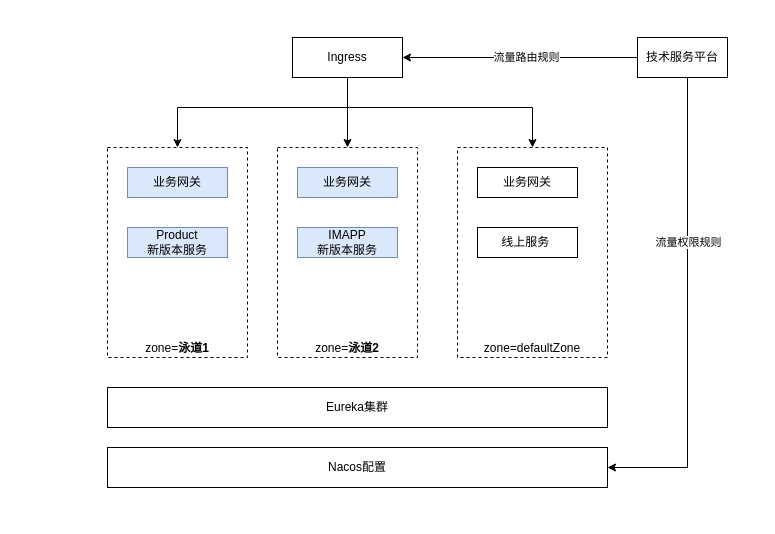
Earlier version of the draw.io diagram page "第 2 页" (2 of 2) of im/im-grey.drawio (novayoung/draw). Source tidied: cells renumbered, new cells numbered last; positions are measured from the earlier drawing's top-left corner, leaving out a move shared by most shapes. Both pictures are drawn from the tidied source at 100%, with x=0, y=0 at pixel (107, 37).
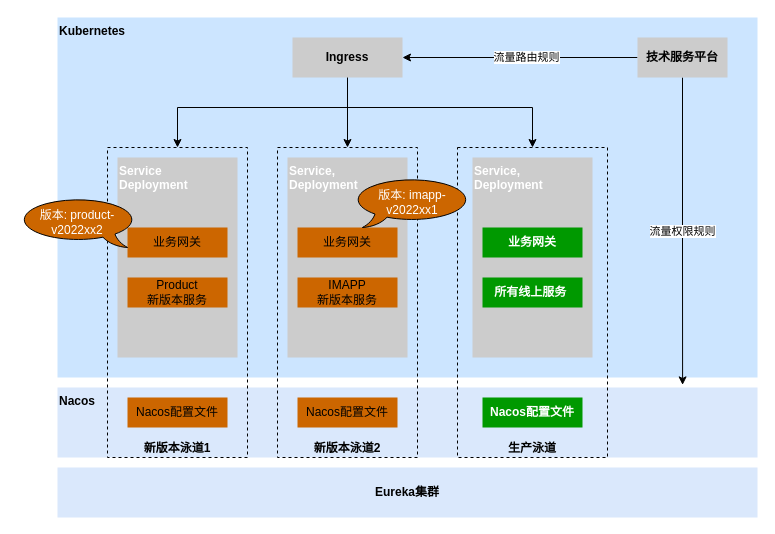
Above is the later version.

What changed in the source:
```diff
@@
+    <mxCell id="21" value="Nacos" style="rounded=0;whiteSpace=wrap;html=1;fillColor=#dae8fc;strokeColor=none;verticalAlign=top;align=left;fontStyle=1;" parent="1" vertex="1">
+      <mxGeometry x="-50" y="350" width="700" height="70" as="geometry" />
+    </mxCell>
+    <mxCell id="22" value="&lt;b&gt;Kubernetes&lt;/b&gt;" style="rounded=0;whiteSpace=wrap;html=1;strokeColor=none;fillColor=#CCE5FF;verticalAlign=top;align=left;" parent="1" vertex="1">
+      <mxGeometry x="-50" y="-20" width="700" height="360" as="geometry" />
+    </mxCell>
+    <mxCell id="7" value="生产泳道" style="rounded=0;whiteSpace=wrap;html=1;fontColor=#000000;fillColor=none;verticalAlign=bottom;dashed=1;fontStyle=1;" parent="1" vertex="1">
+      <mxGeometry x="350" y="110" width="150" height="310" as="geometry" />
+    </mxCell>
+    <mxCell id="23" value="&lt;b&gt;&lt;font color=&quot;#ffffff&quot;&gt;Service,&lt;br&gt;Deployment&lt;/font&gt;&lt;/b&gt;" style="rounded=0;whiteSpace=wrap;html=1;fillColor=#CCCCCC;strokeColor=none;verticalAlign=top;align=left;" parent="1" vertex="1">
+      <mxGeometry x="365" y="120" width="120" height="200" as="geometry" />
+    </mxCell>
+    <mxCell id="6" value="&lt;b&gt;新版本&lt;/b&gt;&lt;b&gt;泳道2&lt;/b&gt;" style="rounded=0;whiteSpace=wrap;html=1;fontColor=#000000;fillColor=none;verticalAlign=bottom;dashed=1;" parent="1" vertex="1">
+      <mxGeometry x="170" y="110" width="140" height="310" as="geometry" />
+    </mxCell>
+    <mxCell id="24" value="&lt;b&gt;&lt;font color=&quot;#ffffff&quot;&gt;Service,&lt;br&gt;Deployment&lt;/font&gt;&lt;/b&gt;" style="rounded=0;whiteSpace=wrap;html=1;fillColor=#CCCCCC;strokeColor=none;verticalAlign=top;align=left;" parent="1" vertex="1">
+      <mxGeometry x="180" y="120" width="120" height="200" as="geometry" />
+    </mxCell>
+    <mxCell id="13" value="&lt;b&gt;新版本泳道1&lt;/b&gt;" style="rounded=0;whiteSpace=wrap;html=1;fontColor=#000000;fillColor=none;verticalAlign=bottom;dashed=1;" parent="1" vertex="1">
+      <mxGeometry y="110" width="140" height="310" as="geometry" />
+    </mxCell>
+    <mxCell id="25" value="&lt;b&gt;&lt;font color=&quot;#ffffff&quot;&gt;Service&lt;br&gt;Deployment&lt;/font&gt;&lt;/b&gt;" style="rounded=0;whiteSpace=wrap;html=1;fillColor=#CCCCCC;strokeColor=none;verticalAlign=top;align=left;" parent="1" vertex="1">
+      <mxGeometry x="10" y="120" width="120" height="200" as="geometry" />
+    </mxCell>
@@
-    <mxCell id="5" value="Ingress" style="rounded=0;whiteSpace=wrap;html=1;" parent="1" vertex="1">
+    <mxCell id="5" value="Ingress" style="rounded=0;whiteSpace=wrap;html=1;fillColor=#CCCCCC;strokeColor=none;fontStyle=1;" parent="1" vertex="1">
       <mxGeometry x="185" width="110" height="40" as="geometry" />
     </mxCell>
-    <mxCell id="6" value="zone=&lt;b&gt;泳道2&lt;/b&gt;" style="rounded=0;whiteSpace=wrap;html=1;fontColor=#000000;fillColor=none;verticalAlign=bottom;dashed=1;" parent="1" vertex="1">
-      <mxGeometry x="170" y="110" width="140" height="210" as="geometry" />
-    </mxCell>
-    <mxCell id="7" value="zone=defaultZone" style="rounded=0;whiteSpace=wrap;html=1;fontColor=#000000;fillColor=none;verticalAlign=bottom;dashed=1;" parent="1" vertex="1">
-      <mxGeometry x="350" y="110" width="150" height="210" as="geometry" />
-    </mxCell>
-    <mxCell id="8" value="业务网关" style="rounded=0;whiteSpace=wrap;html=1;fillColor=#dae8fc;strokeColor=#6c8ebf;" parent="1" vertex="1">
-      <mxGeometry x="190" y="130" width="100" height="30" as="geometry" />
+    <mxCell id="8" value="业务网关" style="rounded=0;whiteSpace=wrap;html=1;fillColor=#CC6600;strokeColor=none;" parent="1" vertex="1">
+      <mxGeometry x="190" y="190" width="100" height="30" as="geometry" />
     </mxCell>
-    <mxCell id="9" value="业务网关" style="rounded=0;whiteSpace=wrap;html=1;fontColor=#000000;fillColor=none;" parent="1" vertex="1">
-      <mxGeometry x="370" y="130" width="100" height="30" as="geometry" />
+    <mxCell id="9" value="业务网关" style="rounded=0;whiteSpace=wrap;html=1;fontColor=#FFFFFF;fillColor=#009900;strokeColor=none;fontStyle=1;" parent="1" vertex="1">
+      <mxGeometry x="375" y="190" width="100" height="30" as="geometry" />
     </mxCell>
-    <mxCell id="10" value="IMAPP&lt;br&gt;新版本服务" style="rounded=0;whiteSpace=wrap;html=1;fillColor=#dae8fc;strokeColor=#6c8ebf;" parent="1" vertex="1">
-      <mxGeometry x="190" y="190" width="100" height="30" as="geometry" />
+    <mxCell id="10" value="IMAPP&lt;br&gt;新版本服务" style="rounded=0;whiteSpace=wrap;html=1;fillColor=#CC6600;strokeColor=none;" parent="1" vertex="1">
+      <mxGeometry x="190" y="240" width="100" height="30" as="geometry" />
     </mxCell>
-    <mxCell id="11" value="线上服务&amp;nbsp;" style="rounded=0;whiteSpace=wrap;html=1;fontColor=#000000;fillColor=none;" parent="1" vertex="1">
-      <mxGeometry x="370" y="190" width="100" height="30" as="geometry" />
+    <mxCell id="11" value="所有线上服务&amp;nbsp;" style="rounded=0;whiteSpace=wrap;html=1;fontColor=#FFFFFF;fillColor=#009900;strokeColor=none;fontStyle=1;" parent="1" vertex="1">
+      <mxGeometry x="375" y="240" width="100" height="30" as="geometry" />
     </mxCell>
-    <mxCell id="12" value="Eureka集群" style="rounded=0;whiteSpace=wrap;html=1;fontColor=#000000;fillColor=none;" parent="1" vertex="1">
-      <mxGeometry y="350" width="500" height="40" as="geometry" />
+    <mxCell id="12" value="Eureka集群" style="rounded=0;whiteSpace=wrap;html=1;fillColor=#dae8fc;strokeColor=none;fontStyle=1;" parent="1" vertex="1">
+      <mxGeometry x="-50" y="430" width="700" height="50" as="geometry" />
     </mxCell>
-    <mxCell id="13" value="zone=&lt;b&gt;泳道1&lt;/b&gt;" style="rounded=0;whiteSpace=wrap;html=1;fontColor=#000000;fillColor=none;verticalAlign=bottom;dashed=1;" parent="1" vertex="1">
-      <mxGeometry y="110" width="140" height="210" as="geometry" />
-    </mxCell>
-    <mxCell id="14" value="业务网关" style="rounded=0;whiteSpace=wrap;html=1;fillColor=#dae8fc;strokeColor=#6c8ebf;" parent="1" vertex="1">
-      <mxGeometry x="20" y="130" width="100" height="30" as="geometry" />
+    <mxCell id="14" value="业务网关" style="rounded=0;whiteSpace=wrap;html=1;fillColor=#CC6600;strokeColor=none;" parent="1" vertex="1">
+      <mxGeometry x="20" y="190" width="100" height="30" as="geometry" />
     </mxCell>
-    <mxCell id="15" value="Product&lt;br&gt;新版本服务" style="rounded=0;whiteSpace=wrap;html=1;fillColor=#dae8fc;strokeColor=#6c8ebf;" parent="1" vertex="1">
-      <mxGeometry x="20" y="190" width="100" height="30" as="geometry" />
+    <mxCell id="15" value="Product&lt;br&gt;新版本服务" style="rounded=0;whiteSpace=wrap;html=1;fillColor=#CC6600;strokeColor=none;" parent="1" vertex="1">
+      <mxGeometry x="20" y="240" width="100" height="30" as="geometry" />
     </mxCell>
@@
-    <mxCell id="18" style="edgeStyle=orthogonalEdgeStyle;rounded=0;jettySize=auto;html=1;entryX=1;entryY=0.5;entryDx=0;entryDy=0;fontColor=#000000;strokeColor=#000000;exitX=0.5;exitY=1;exitDx=0;exitDy=0;" parent="1" edge="1" source="20" target="21">
-      <mxGeometry relative="1" as="geometry">
-        <Array as="points">
-          <mxPoint x="580" y="430" />
-        </Array>
-      </mxGeometry>
-    </mxCell>
-    <mxCell id="19" value="流量权限规则" style="edgeLabel;html=1;align=center;verticalAlign=middle;fontColor=#000000;" parent="18" vertex="1">
-      <mxGeometry x="-0.29" relative="1" as="geometry" />
+    <mxCell id="19" value="流量权限规则" style="edgeStyle=orthogonalEdgeStyle;rounded=0;jettySize=auto;html=1;entryX=0.893;entryY=-0.037;entryDx=0;entryDy=0;entryPerimeter=0;fontColor=#000000;" parent="1" edge="1" source="20" target="21">
+      <mxGeometry relative="1" as="geometry" />
     </mxCell>
-    <mxCell id="20" value="技术服务平台" style="rounded=0;whiteSpace=wrap;html=1;fontColor=#000000;fillColor=none;" parent="1" vertex="1">
+    <mxCell id="20" value="技术服务平台" style="rounded=0;whiteSpace=wrap;html=1;fillColor=#CCCCCC;strokeColor=none;fontStyle=1;" parent="1" vertex="1">
       <mxGeometry x="530" width="90" height="40" as="geometry" />
     </mxCell>
-    <mxCell id="21" value="Nacos配置" style="rounded=0;whiteSpace=wrap;html=1;fontColor=#000000;fillColor=none;" parent="1" vertex="1">
-      <mxGeometry y="410" width="500" height="40" as="geometry" />
-    </mxCell>
+    <mxCell id="26" value="版本: imapp-v2022xx1" style="whiteSpace=wrap;html=1;shape=mxgraph.basic.oval_callout;fontColor=#FFFFFF;fillColor=#CC6600;" parent="1" vertex="1">
+      <mxGeometry x="245" y="140" width="120" height="50" as="geometry" />
+    </mxCell>
+    <mxCell id="27" value="版本: product-v2022xx2" style="whiteSpace=wrap;html=1;shape=mxgraph.basic.oval_callout;fontColor=#FFFFFF;fillColor=#CC6600;direction=east;flipH=1;" parent="1" vertex="1">
+      <mxGeometry x="-90" y="160" width="120" height="50" as="geometry" />
+    </mxCell>
+    <mxCell id="28" value="Nacos配置文件" style="rounded=0;whiteSpace=wrap;html=1;fillColor=#CC6600;strokeColor=none;" parent="1" vertex="1">
+      <mxGeometry x="20" y="360" width="100" height="30" as="geometry" />
+    </mxCell>
+    <mxCell id="29" value="Nacos配置文件" style="rounded=0;whiteSpace=wrap;html=1;fillColor=#CC6600;strokeColor=none;" parent="1" vertex="1">
+      <mxGeometry x="190" y="360" width="100" height="30" as="geometry" />
+    </mxCell>
+    <mxCell id="30" value="Nacos配置文件" style="rounded=0;whiteSpace=wrap;html=1;fontColor=#FFFFFF;fillColor=#009900;strokeColor=none;fontStyle=1;" parent="1" vertex="1">
+      <mxGeometry x="375" y="360" width="100" height="30" as="geometry" />
+    </mxCell>
```
